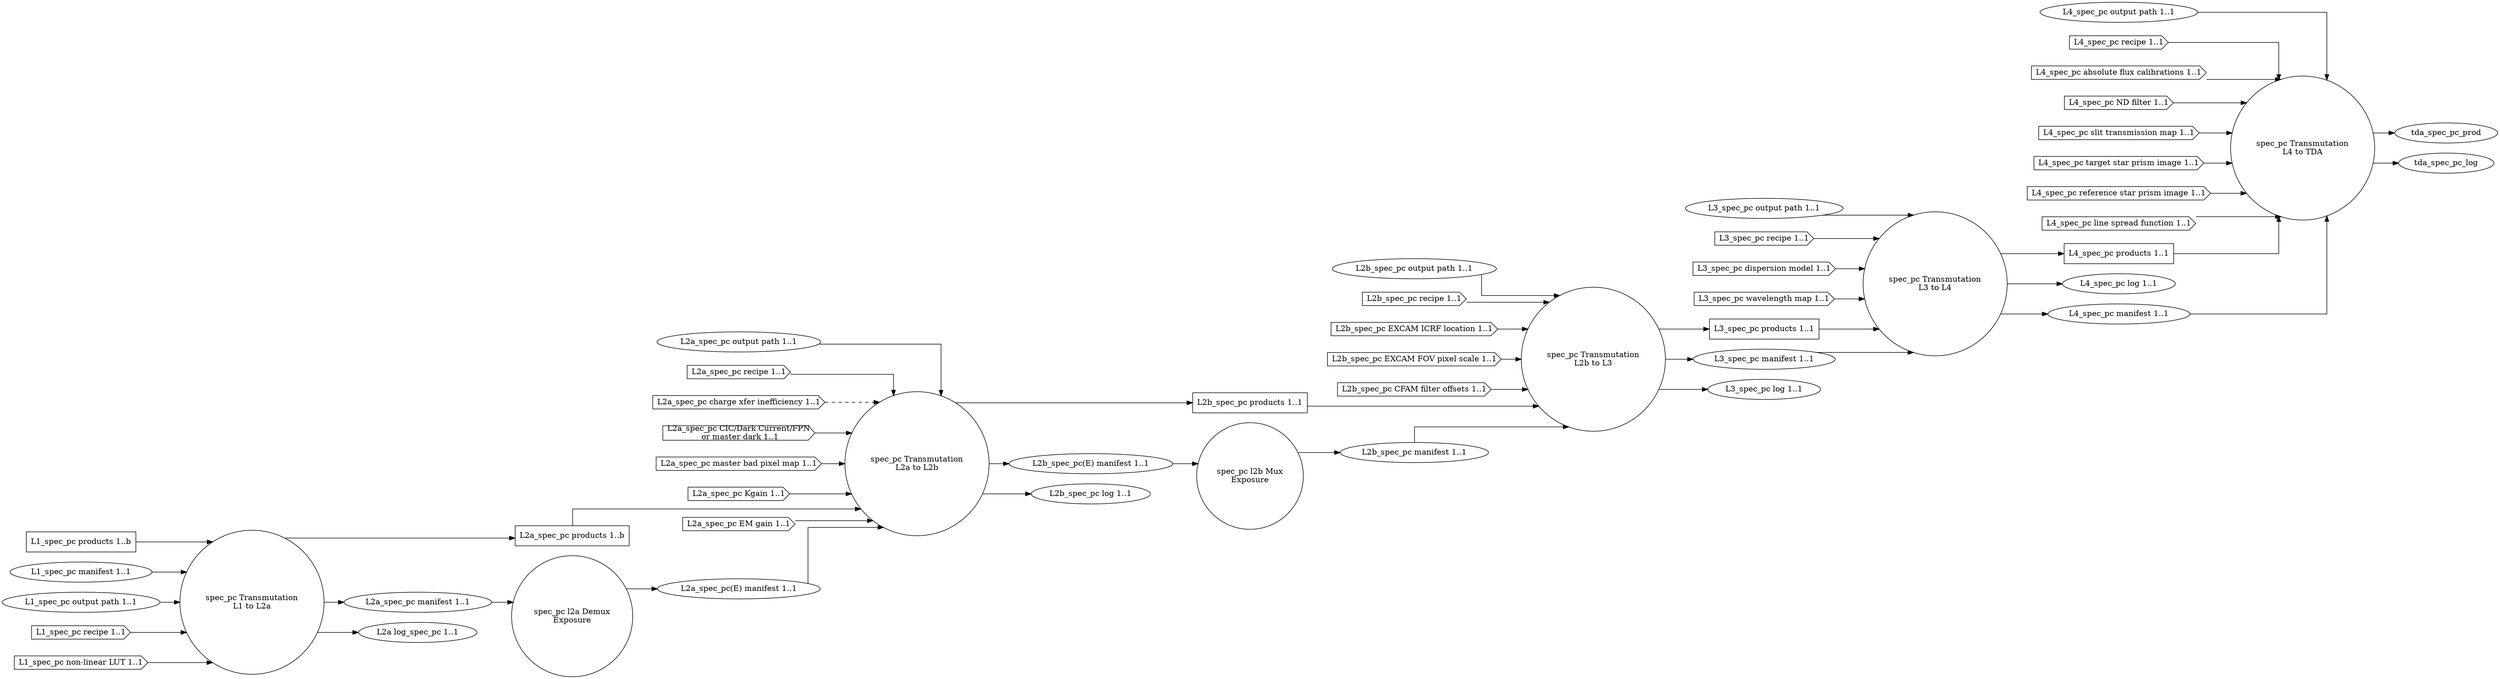
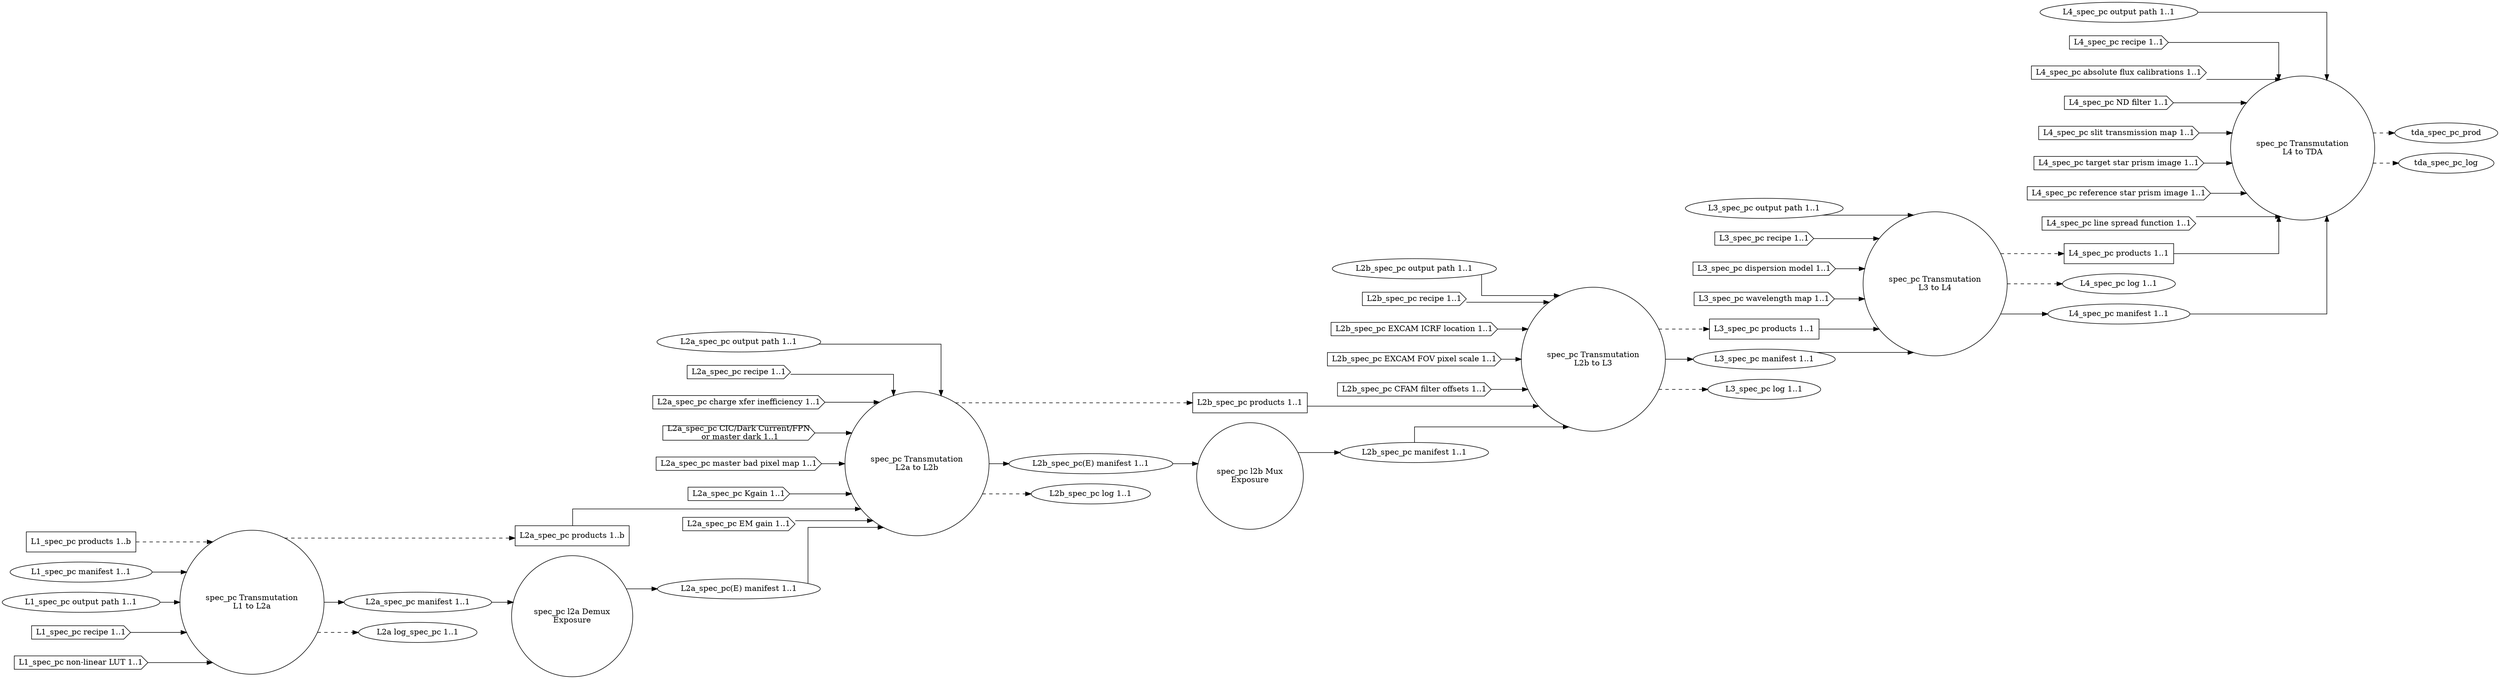
digraph SpectroscopyPhotonCount
{
  graph [splines="ortho", rankdir=LR];

  trans_spec_pc_l1_l2a [label="spec_pc Transmutation\nL1 to L2a", shape="circle"];
  l2a_spec_pc_demux [label="spec_pc l2a Demux\nExposure" shape="circle"];
  trans_spec_pc_l2a_l2b [label="spec_pc Transmutation\nL2a to L2b", shape="circle"];
  l2b_spec_pc_mux [label="spec_pc l2b Mux\nExposure", shape="circle"];
  trans_spec_pc_l2b_l3 [label="spec_pc Transmutation\nL2b to L3", shape="circle"];
  trans_spec_pc_l3_l4 [label="spec_pc Transmutation\nL3 to L4", shape="circle"];
  trans_spec_pc_l4_tda [label="spec_pc Transmutation\nL4 to TDA", shape="circle"];

  l1_spec_pc_prod [label="L1_spec_pc products 1..b", shape="rectangle"];
  l1_spec_pc_man [label="L1_spec_pc manifest 1..1", shape="ellipse"];
  l1_spec_pc_odir [label="L1_spec_pc output path 1..1", shape="ellipse"];
  l1_spec_pc_rec [label="L1_spec_pc recipe 1..1", shape="cds"];
  l1_spec_pc_nllut [label="L1_spec_pc non-linear LUT 1..1", shape="cds"];

  l2a_spec_pc_prod [label="L2a_spec_pc products 1..b", shape="rectangle"];
  l2a_spec_pc_man [label="L2a_spec_pc manifest 1..1", shape="ellipse"];
  l2a_spec_pc_odir [label="L2a_spec_pc output path 1..1", shape="ellipse"];
  l2a_spec_pc_rec [label="L2a_spec_pc recipe 1..1", shape="cds"];
  l2a_spec_pc_cti [label="L2a_spec_pc charge xfer inefficiency 1..1", shape="cds"];
  l2a_spec_pc_dnb [label="L2a_spec_pc CIC/Dark Current/FPN\n or master dark 1..1", shape="cds"];
  l2a_spec_pc_mbpm [label="L2a_spec_pc master bad pixel map 1..1", shape="cds"];
  l2a_spec_pc_kgain [label="L2a_spec_pc Kgain 1..1", shape="cds"];
  l2a_spec_pc_emg [label="L2a_spec_pc EM gain 1..1", shape="cds"];
  l2a_spec_pc_log [label="L2a log_spec_pc 1..1", shape="ellipse"];
  l2a_spec_pc_man_demux [label="L2a_spec_pc(E) manifest 1..1", shape="ellipse"];

  l2b_spec_pc_prod [label="L2b_spec_pc products 1..1", shape="rectangle"];
  l2b_spec_pc_man [label="L2b_spec_pc manifest 1..1", shape="ellipse"];
  l2b_spec_pc_odir [label="L2b_spec_pc output path 1..1", shape="ellipse"];
  l2b_spec_pc_rec [label="L2b_spec_pc recipe 1..1", shape="cds"];
  l2b_spec_pc_excicrf [label="L2b_spec_pc EXCAM ICRF location 1..1", shape="cds"];
  l2b_spec_pc_excfovps [label="L2b_spec_pc EXCAM FOV pixel scale 1..1", shape="cds"];
  l2b_spec_pc_cfamfo [label="L2b_spec_pc CFAM filter offsets 1..1", shape="cds"];
  l2b_spec_pc_man_demux [label="L2b_spec_pc(E) manifest 1..1", shape="ellipse"];
  l2b_spec_pc_log [label="L2b_spec_pc log 1..1", shape="ellipse"];

  l3_spec_pc_prod [label="L3_spec_pc products 1..1", shape="rectangle"];
  l3_spec_pc_odir [label="L3_spec_pc output path 1..1", shape="ellipse"];
  l3_spec_pc_man [label="L3_spec_pc manifest 1..1", shape="ellipse"];
  l3_spec_pc_rec [label="L3_spec_pc recipe 1..1", shape="cds"];
  l3_spec_pc_dispm [label="L3_spec_pc dispersion model 1..1", shape="cds"];
  l3_spec_pc_wavem [label="L3_spec_pc wavelength map 1..1", shape="cds"];
  l3_spec_pc_log [label="L3_spec_pc log 1..1", shape="ellipse"];

  l4_spec_pc_prod [label="L4_spec_pc products 1..1", shape="rectangle"];
  l4_spec_pc_odir [label="L4_spec_pc output path 1..1", shape="ellipse"];
  l4_spec_pc_log [label="L4_spec_pc log 1..1", shape="ellipse"];
  l4_spec_pc_man [label="L4_spec_pc manifest 1..1", shape="ellipse"];
  l4_spec_pc_rec [label="L4_spec_pc recipe 1..1", shape="cds"];
  l4_spec_pc_afcal [label="L4_spec_pc absolute flux calibrations 1..1", shape="cds"];
  l4_spec_pc_ndfilt [label="L4_spec_pc ND filter 1..1", shape="cds"];
  l4_spec_pc_stmap [label="L4_spec_pc slit transmission map 1..1", shape="cds"];
  l4_spec_pc_tspi [label="L4_spec_pc target star prism image 1..1", shape="cds"];
  l4_spec_pc_rspi [label="L4_spec_pc reference star prism image 1..1", shape="cds"];
  l4_spec_pc_lsf [label="L4_spec_pc line spread function 1..1", shape="cds"];

-   l1_spec_pc_prod -> trans_spec_pc_l1_l2a;
+   l1_spec_pc_prod -> trans_spec_pc_l1_l2a [style="dashed"];
  l1_spec_pc_man -> trans_spec_pc_l1_l2a;
  l1_spec_pc_odir -> trans_spec_pc_l1_l2a;
  l1_spec_pc_rec -> trans_spec_pc_l1_l2a;
  l1_spec_pc_nllut -> trans_spec_pc_l1_l2a;

-   trans_spec_pc_l1_l2a -> l2a_spec_pc_prod;
+   trans_spec_pc_l1_l2a -> l2a_spec_pc_prod [style="dashed"];
  trans_spec_pc_l1_l2a -> l2a_spec_pc_man;
-   trans_spec_pc_l1_l2a -> l2a_spec_pc_log;
+   trans_spec_pc_l1_l2a -> l2a_spec_pc_log  [style="dashed"];

  l2a_spec_pc_prod -> trans_spec_pc_l2a_l2b;
  l2a_spec_pc_odir -> trans_spec_pc_l2a_l2b;
  l2a_spec_pc_rec -> trans_spec_pc_l2a_l2b;
-   l2a_spec_pc_cti -> trans_spec_pc_l2a_l2b [style="dashed"];
+   l2a_spec_pc_cti -> trans_spec_pc_l2a_l2b;
  l2a_spec_pc_dnb -> trans_spec_pc_l2a_l2b;
  l2a_spec_pc_mbpm -> trans_spec_pc_l2a_l2b;
  l2a_spec_pc_emg -> trans_spec_pc_l2a_l2b;
  l2a_spec_pc_kgain -> trans_spec_pc_l2a_l2b;

-   trans_spec_pc_l2a_l2b -> l2b_spec_pc_prod;
+   trans_spec_pc_l2a_l2b -> l2b_spec_pc_prod [style="dashed"];
  trans_spec_pc_l2a_l2b -> l2b_spec_pc_man_demux;
-   trans_spec_pc_l2a_l2b -> l2b_spec_pc_log;
+   trans_spec_pc_l2a_l2b -> l2b_spec_pc_log  [style="dashed"];

  l2a_spec_pc_man -> l2a_spec_pc_demux;
  l2a_spec_pc_demux -> l2a_spec_pc_man_demux;
  l2a_spec_pc_man_demux -> trans_spec_pc_l2a_l2b;

  l2b_spec_pc_man_demux -> l2b_spec_pc_mux;
  l2b_spec_pc_mux -> l2b_spec_pc_man;

  l2b_spec_pc_prod -> trans_spec_pc_l2b_l3;
  l2b_spec_pc_man -> trans_spec_pc_l2b_l3;
  l2b_spec_pc_odir -> trans_spec_pc_l2b_l3;
  l2b_spec_pc_rec -> trans_spec_pc_l2b_l3;
  l2b_spec_pc_excicrf -> trans_spec_pc_l2b_l3;
  l2b_spec_pc_excfovps -> trans_spec_pc_l2b_l3;
  l2b_spec_pc_cfamfo -> trans_spec_pc_l2b_l3;

-   trans_spec_pc_l2b_l3 -> l3_spec_pc_prod;
+   trans_spec_pc_l2b_l3 -> l3_spec_pc_prod [style="dashed"];
  trans_spec_pc_l2b_l3 -> l3_spec_pc_man;
-   trans_spec_pc_l2b_l3 -> l3_spec_pc_log;
+   trans_spec_pc_l2b_l3 -> l3_spec_pc_log  [style="dashed"];

  l3_spec_pc_prod -> trans_spec_pc_l3_l4;
  l3_spec_pc_man -> trans_spec_pc_l3_l4;
  l3_spec_pc_odir -> trans_spec_pc_l3_l4;
  l3_spec_pc_rec -> trans_spec_pc_l3_l4;
  l3_spec_pc_dispm -> trans_spec_pc_l3_l4;
  l3_spec_pc_wavem -> trans_spec_pc_l3_l4;
-   trans_spec_pc_l3_l4 -> l4_spec_pc_prod;
-   trans_spec_pc_l3_l4 -> l4_spec_pc_log;
+   trans_spec_pc_l3_l4 -> l4_spec_pc_prod [style="dashed"];
+   trans_spec_pc_l3_l4 -> l4_spec_pc_log  [style="dashed"];
  trans_spec_pc_l3_l4 -> l4_spec_pc_man;

  l4_spec_pc_prod -> trans_spec_pc_l4_tda;
  l4_spec_pc_man -> trans_spec_pc_l4_tda;
  l4_spec_pc_odir -> trans_spec_pc_l4_tda;
  l4_spec_pc_rec -> trans_spec_pc_l4_tda;
  l4_spec_pc_afcal -> trans_spec_pc_l4_tda;
  l4_spec_pc_ndfilt -> trans_spec_pc_l4_tda;
  l4_spec_pc_stmap -> trans_spec_pc_l4_tda;
  l4_spec_pc_tspi -> trans_spec_pc_l4_tda;
  l4_spec_pc_rspi -> trans_spec_pc_l4_tda;
  l4_spec_pc_lsf -> trans_spec_pc_l4_tda;
-   trans_spec_pc_l4_tda -> tda_spec_pc_prod;
-   trans_spec_pc_l4_tda -> tda_spec_pc_log;
+   trans_spec_pc_l4_tda -> tda_spec_pc_prod [style="dashed"];
+   trans_spec_pc_l4_tda -> tda_spec_pc_log  [style="dashed"];
}
